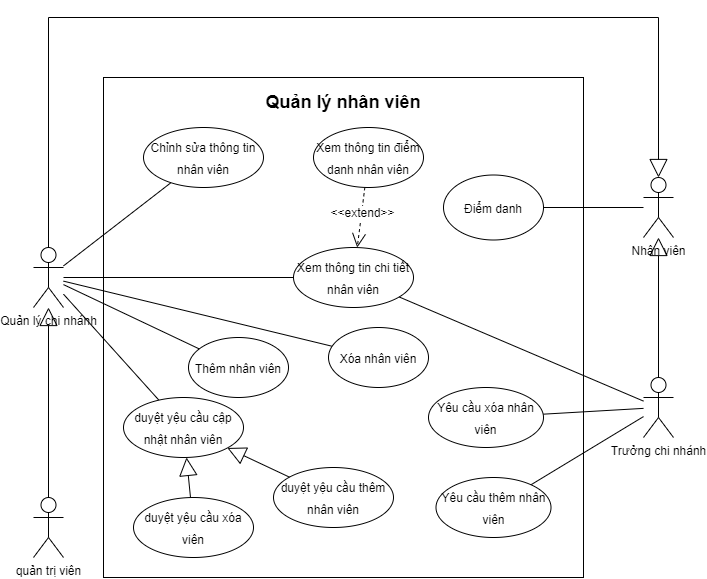
This is img/UseCase/UseCase-Quản lý nhân viên.drawio.png from hienbui-iwrp/DACN_report, a draw.io export, as it was before one commit. Source tidied: cells renumbered, new cells last; positions are measured from the earlier drawing's top-left corner, leaving out a move shared by most shapes.
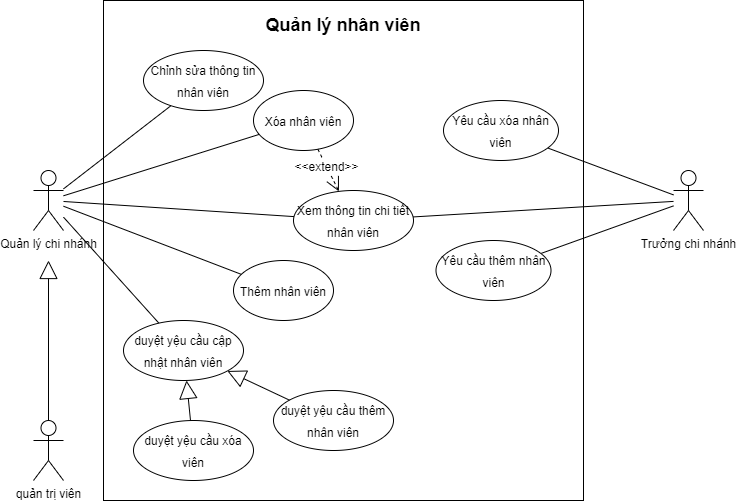
After the change.

The edit, as a diff of the source:
```diff
@@ -12,16 +12,16 @@
       <mxGeometry x="180" y="70" width="260" height="30" as="geometry" />
     </mxCell>
     <mxCell id="5" value="&lt;font style=&quot;font-size: 12px;&quot;&gt;Xem thông tin chi tiết nhân viên&lt;/font&gt;" style="ellipse;whiteSpace=wrap;html=1;fontSize=18;" parent="1" vertex="1">
-      <mxGeometry x="260" y="230" width="120" height="60" as="geometry" />
+      <mxGeometry x="260" y="250" width="120" height="60" as="geometry" />
     </mxCell>
     <mxCell id="6" value="&lt;font style=&quot;font-size: 12px;&quot;&gt;Chỉnh sửa thông tin nhân viên&lt;/font&gt;" style="ellipse;whiteSpace=wrap;html=1;fontSize=18;" parent="1" vertex="1">
       <mxGeometry x="110" y="110" width="120" height="60" as="geometry" />
     </mxCell>
     <mxCell id="7" value="&lt;font style=&quot;font-size: 12px;&quot;&gt;Xóa nhân viên&lt;/font&gt;" style="ellipse;whiteSpace=wrap;html=1;fontSize=18;" parent="1" vertex="1">
-      <mxGeometry x="295" y="310" width="100" height="60" as="geometry" />
+      <mxGeometry x="220" y="150" width="100" height="60" as="geometry" />
     </mxCell>
     <mxCell id="8" value="&lt;font style=&quot;font-size: 12px;&quot;&gt;Thêm nhân viên&lt;/font&gt;" style="ellipse;whiteSpace=wrap;html=1;fontSize=18;" parent="1" vertex="1">
-      <mxGeometry x="155" y="320" width="100" height="60" as="geometry" />
+      <mxGeometry x="200" y="320" width="100" height="60" as="geometry" />
     </mxCell>
     <mxCell id="9" style="edgeStyle=none;rounded=0;jettySize=auto;html=1;fontSize=12;endArrow=none;endFill=0;" parent="1" edge="1" source="14" target="8">
       <mxGeometry relative="1" as="geometry" />
@@ -41,35 +41,11 @@
     <mxCell id="14" value="&lt;font style=&quot;font-size: 12px;&quot;&gt;Quản lý chi nhánh&lt;/font&gt;" style="shape=umlActor;verticalLabelPosition=bottom;verticalAlign=top;html=1;outlineConnect=0;" parent="1" vertex="1">
       <mxGeometry y="230" width="30" height="60" as="geometry" />
     </mxCell>
-    <mxCell id="15" style="endArrow=block;endSize=16;endFill=0;html=1;rounded=0;edgeStyle=orthogonalEdgeStyle;" parent="1" edge="1" source="3" target="14">
-      <mxGeometry relative="1" as="geometry" />
+    <mxCell id="15" style="endArrow=block;endSize=16;endFill=0;html=1;rounded=0;edgeStyle=orthogonalEdgeStyle;" parent="1" edge="1" source="3">
+      <mxGeometry relative="1" as="geometry">
+        <mxPoint x="15" y="320" as="targetPoint" />
+      </mxGeometry>
     </mxCell>
-    <mxCell id="16" style="rounded=0;jettySize=auto;html=1;endArrow=none;endFill=0;" parent="1" edge="1" source="17" target="18">
-      <mxGeometry relative="1" as="geometry" />
-    </mxCell>
-    <mxCell id="17" value="&lt;font style=&quot;font-size: 12px;&quot;&gt;Nhân viên&lt;/font&gt;" style="shape=umlActor;verticalLabelPosition=bottom;verticalAlign=top;html=1;outlineConnect=0;" parent="1" vertex="1">
-      <mxGeometry x="610" y="160" width="30" height="60" as="geometry" />
-    </mxCell>
-    <mxCell id="18" value="&lt;font style=&quot;font-size: 12px;&quot;&gt;Điểm danh&lt;/font&gt;" style="ellipse;whiteSpace=wrap;html=1;fontSize=18;" parent="1" vertex="1">
-      <mxGeometry x="410" y="157.5" width="100" height="65" as="geometry" />
-    </mxCell>
-    <mxCell id="19" style="edgeStyle=none;rounded=0;jettySize=auto;html=1;fontSize=12;endArrow=open;endFill=0;dashed=1;endSize=12;" parent="1" edge="1" source="21" target="5">
-      <mxGeometry relative="1" as="geometry" />
-    </mxCell>
-    <mxCell id="20" value="&amp;lt;&amp;lt;extend&amp;gt;&amp;gt;" style="edgeLabel;html=1;align=center;verticalAlign=middle;fontSize=12;" parent="19" vertex="1">
-      <mxGeometry x="-0.15" relative="1" as="geometry" />
-    </mxCell>
-    <mxCell id="21" value="&lt;font style=&quot;font-size: 12px;&quot;&gt;Xem thông tin điểm danh nhân viên&lt;/font&gt;" style="ellipse;whiteSpace=wrap;html=1;fontSize=18;" parent="1" vertex="1">
-      <mxGeometry x="280" y="110" width="110" height="60" as="geometry" />
-    </mxCell>
-    <mxCell id="22" style="endArrow=block;endSize=16;endFill=0;html=1;rounded=0;edgeStyle=orthogonalEdgeStyle;" parent="1" edge="1" source="14" target="17">
-      <mxGeometry relative="1" as="geometry">
-        <Array as="points">
-          <mxPoint x="15" />
-          <mxPoint x="625" />
-        </Array>
-      </mxGeometry>
-    </mxCell>
     <mxCell id="23" style="edgeStyle=none;rounded=0;jettySize=auto;html=1;fontSize=12;endArrow=none;endFill=0;" parent="1" edge="1" source="26" target="5">
       <mxGeometry relative="1" as="geometry" />
     </mxCell>
@@ -80,17 +56,14 @@
       <mxGeometry relative="1" as="geometry" />
     </mxCell>
     <mxCell id="26" value="&lt;font style=&quot;font-size: 12px;&quot;&gt;Trưởng chi nhánh&lt;/font&gt;" style="shape=umlActor;verticalLabelPosition=bottom;verticalAlign=top;html=1;outlineConnect=0;" parent="1" vertex="1">
-      <mxGeometry x="610" y="360" width="30" height="60" as="geometry" />
+      <mxGeometry x="640" y="230" width="30" height="60" as="geometry" />
     </mxCell>
     <mxCell id="27" value="&lt;font style=&quot;font-size: 12px;&quot;&gt;Yêu cầu thêm nhân viên&lt;/font&gt;" style="ellipse;whiteSpace=wrap;html=1;fontSize=18;" parent="1" vertex="1">
-      <mxGeometry x="402.5" y="460" width="115" height="60" as="geometry" />
+      <mxGeometry x="402.5" y="300" width="115" height="60" as="geometry" />
     </mxCell>
     <mxCell id="28" value="&lt;font style=&quot;font-size: 12px;&quot;&gt;Yêu cầu xóa nhân viên&lt;/font&gt;" style="ellipse;whiteSpace=wrap;html=1;fontSize=18;" parent="1" vertex="1">
-      <mxGeometry x="395" y="370" width="115" height="60" as="geometry" />
+      <mxGeometry x="410" y="160" width="115" height="60" as="geometry" />
     </mxCell>
-    <mxCell id="29" style="endArrow=block;endSize=16;endFill=0;html=1;rounded=0;edgeStyle=orthogonalEdgeStyle;" parent="1" edge="1" source="26" target="17">
-      <mxGeometry relative="1" as="geometry" />
-    </mxCell>
     <mxCell id="30" style="edgeStyle=none;rounded=0;orthogonalLoop=1;jettySize=auto;html=1;exitX=0.5;exitY=1;exitDx=0;exitDy=0;dashed=1;fontSize=12;endArrow=open;endFill=0;endSize=12;" parent="1" edge="1" source="8" target="8">
       <mxGeometry relative="1" as="geometry" />
     </mxCell>
@@ -109,5 +82,16 @@
     <mxCell id="35" style="endArrow=block;endSize=16;endFill=0;html=1;rounded=0;" parent="1" edge="1" source="32" target="31">
       <mxGeometry relative="1" as="geometry" />
     </mxCell>
+    <mxCell id="36" style="edgeStyle=none;rounded=0;orthogonalLoop=1;jettySize=auto;html=1;exitX=1;exitY=1;exitDx=0;exitDy=0;exitPerimeter=0;" parent="1" edge="1" source="26" target="26">
+      <mxGeometry relative="1" as="geometry" />
+    </mxCell>
+    <mxCell id="37" style="endArrow=open;dashed=1;html=1;rounded=0;fontSize=14;endFill=0;endSize=12;" parent="1" edge="1" source="7" target="5">
+      <mxGeometry relative="1" as="geometry" />
+    </mxCell>
+    <mxCell id="20" value="&lt;font style=&quot;font-size: 12px;&quot;&gt;&amp;lt;&amp;lt;extend&amp;gt;&amp;gt;&lt;/font&gt;" style="edgeLabel;html=1;align=center;verticalAlign=middle;fontSize=14;" parent="37" vertex="1">
+      <mxGeometry x="0.28" y="3" relative="1" as="geometry">
+        <mxPoint x="-8" y="-9" as="offset" />
+      </mxGeometry>
+    </mxCell>
   </root>
 </mxGraphModel>
```
